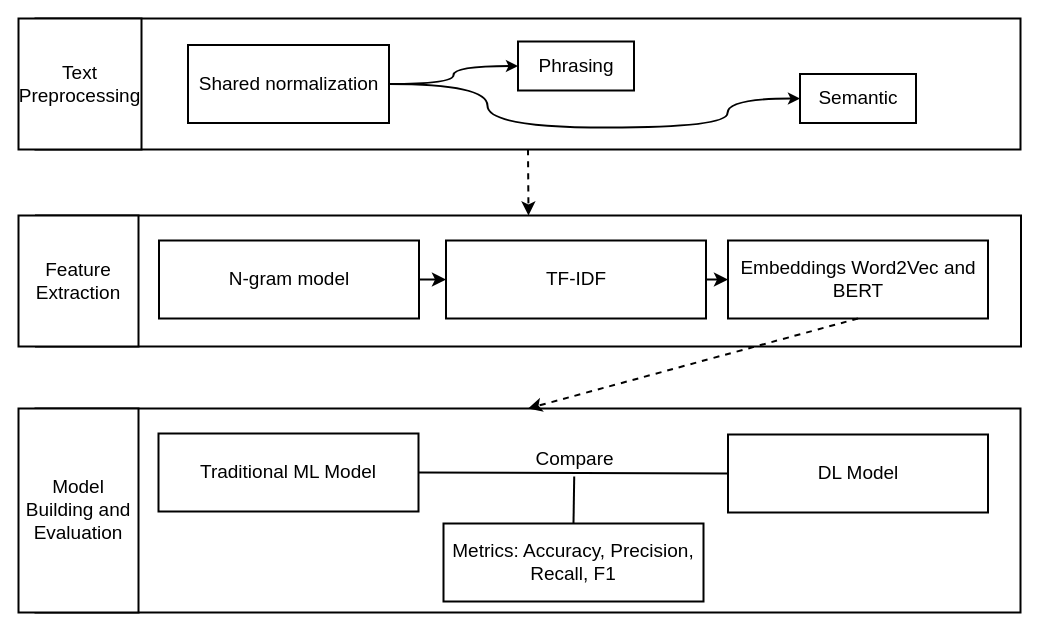
Before: page "3.3 的副本" (4 of 5) of chart/chapter 3/chapter 3.drawio in ppipppiu/thesis, a draw.io diagram. Source tidied: cells renumbered, new cells numbered last; positions are measured from the earlier drawing's top-left corner, leaving out a move shared by most shapes. Both pictures are drawn from the tidied source at 100%, with x=0, y=0 at pixel (18, 18).
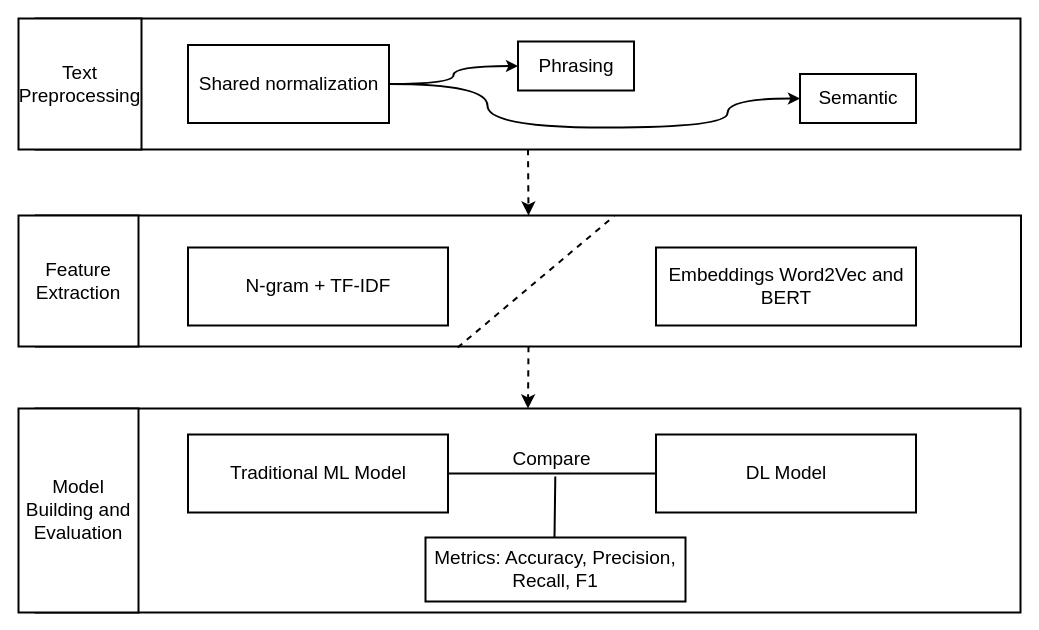
The same diagram, later.

The change refers to these unchanged cells:
```xml
<mxCell id="7" style="whiteSpace=wrap;strokeWidth=2;fontSize=19;" parent="1" vertex="1">
  <mxGeometry x="17.5" y="197" width="985" height="131" as="geometry" />
</mxCell>
<mxCell id="15" style="whiteSpace=wrap;strokeWidth=2;fontSize=19;" parent="1" vertex="1">
  <mxGeometry x="17" y="390" width="985" height="204" as="geometry" />
</mxCell>
```

Diff of the diagram source:
```diff
@@
-    <mxCell id="8" style="edgeStyle=none;curved=1;rounded=0;jettySize=auto;html=1;exitX=1;exitY=0.5;exitDx=0;exitDy=0;entryX=0;entryY=0.5;entryDx=0;entryDy=0;fontSize=19;startSize=8;endSize=8;strokeWidth=2;" parent="1" edge="1" source="9" target="11">
-      <mxGeometry relative="1" as="geometry" />
-    </mxCell>
-    <mxCell id="9" value="N-gram model" style="whiteSpace=wrap;strokeWidth=2;fontSize=19;" parent="1" vertex="1">
-      <mxGeometry x="140.5" y="222" width="260" height="78" as="geometry" />
+    <mxCell id="9" value="N-gram + TF-IDF" style="whiteSpace=wrap;strokeWidth=2;fontSize=19;" parent="1" vertex="1">
+      <mxGeometry x="169.5" y="229" width="260" height="78" as="geometry" />
     </mxCell>
-    <mxCell id="10" style="edgeStyle=none;curved=1;rounded=0;jettySize=auto;html=1;exitX=1;exitY=0.5;exitDx=0;exitDy=0;entryX=0;entryY=0.5;entryDx=0;entryDy=0;fontSize=19;startSize=8;endSize=8;strokeWidth=2;" parent="1" edge="1" source="11" target="12">
-      <mxGeometry relative="1" as="geometry" />
-    </mxCell>
-    <mxCell id="11" value="TF-IDF" style="whiteSpace=wrap;strokeWidth=2;fontSize=19;" parent="1" vertex="1">
-      <mxGeometry x="427.5" y="222" width="260" height="78" as="geometry" />
-    </mxCell>
     <mxCell id="12" value="Embeddings Word2Vec and BERT" style="whiteSpace=wrap;strokeWidth=2;fontSize=19;" parent="1" vertex="1">
-      <mxGeometry x="709.5" y="222" width="260" height="78" as="geometry" />
+      <mxGeometry x="637.5" y="229" width="260" height="78" as="geometry" />
     </mxCell>
@@
     <mxCell id="17" value="Traditional ML Model" style="whiteSpace=wrap;strokeWidth=2;fontSize=19;" parent="1" vertex="1">
-      <mxGeometry x="140" y="415" width="260" height="78" as="geometry" />
+      <mxGeometry x="169.5" y="416" width="260" height="78" as="geometry" />
     </mxCell>
     <mxCell id="18" value="DL Model" style="whiteSpace=wrap;strokeWidth=2;fontSize=19;" parent="1" vertex="1">
-      <mxGeometry x="709.5" y="416" width="260" height="78" as="geometry" />
+      <mxGeometry x="637.5" y="416" width="260" height="78" as="geometry" />
     </mxCell>
@@
-    <mxCell id="20" style="edgeStyle=none;curved=1;rounded=0;jettySize=auto;html=1;exitX=0.5;exitY=1;exitDx=0;exitDy=0;entryX=0.5;entryY=0;entryDx=0;entryDy=0;fontSize=19;startSize=8;endSize=8;strokeWidth=2;dashed=1;" parent="1" edge="1" source="12" target="15">
+    <mxCell id="20" style="edgeStyle=none;curved=1;rounded=0;jettySize=auto;html=1;exitX=0.5;exitY=1;exitDx=0;exitDy=0;entryX=0.5;entryY=0;entryDx=0;entryDy=0;fontSize=19;startSize=8;endSize=8;strokeWidth=2;dashed=1;" parent="1" edge="1" source="7" target="15">
       <mxGeometry relative="1" as="geometry" />
     </mxCell>
-    <mxCell id="21" style="edgeStyle=none;curved=1;rounded=0;jettySize=auto;html=1;exitX=0.5;exitY=0;exitDx=0;exitDy=0;fontSize=19;startSize=8;endSize=8;endArrow=none;endFill=0;strokeWidth=2;" parent="1" edge="1" source="22" target="23">
-      <mxGeometry relative="1" as="geometry" />
+    <mxCell id="21" style="edgeStyle=none;curved=1;rounded=0;orthogonalLoop=1;jettySize=auto;html=1;exitX=0.5;exitY=0;exitDx=0;exitDy=0;fontSize=19;startSize=8;endSize=8;endArrow=none;endFill=0;strokeWidth=2;" parent="1" edge="1">
+      <mxGeometry relative="1" as="geometry">
+        <mxPoint x="536" y="519" as="sourcePoint" />
+        <mxPoint x="536.8" y="458" as="targetPoint" />
+      </mxGeometry>
     </mxCell>
     <mxCell id="22" value="Metrics: Accuracy, Precision, Recall, F1" style="whiteSpace=wrap;strokeWidth=2;fontSize=19;" parent="1" vertex="1">
-      <mxGeometry x="425" y="505" width="260" height="78" as="geometry" />
+      <mxGeometry x="407" y="519" width="260" height="64" as="geometry" />
     </mxCell>
     <mxCell id="23" value="Compare" style="text;html=1;align=center;verticalAlign=middle;points=[];strokeColor=none;fillColor=none;fontSize=19;" parent="1" vertex="1">
-      <mxGeometry x="508" y="424" width="96" height="34" as="geometry" />
+      <mxGeometry x="485" y="424" width="96" height="34" as="geometry" />
     </mxCell>
@@
+    <mxCell id="26" style="endArrow=none;dashed=1;html=1;rounded=0;exitX=0.428;exitY=1.008;exitDx=0;exitDy=0;exitPerimeter=0;entryX=0.587;entryY=0.004;entryDx=0;entryDy=0;entryPerimeter=0;strokeWidth=2;" parent="1" edge="1" source="7" target="7">
+      <mxGeometry relative="1" as="geometry" />
+    </mxCell>
```
